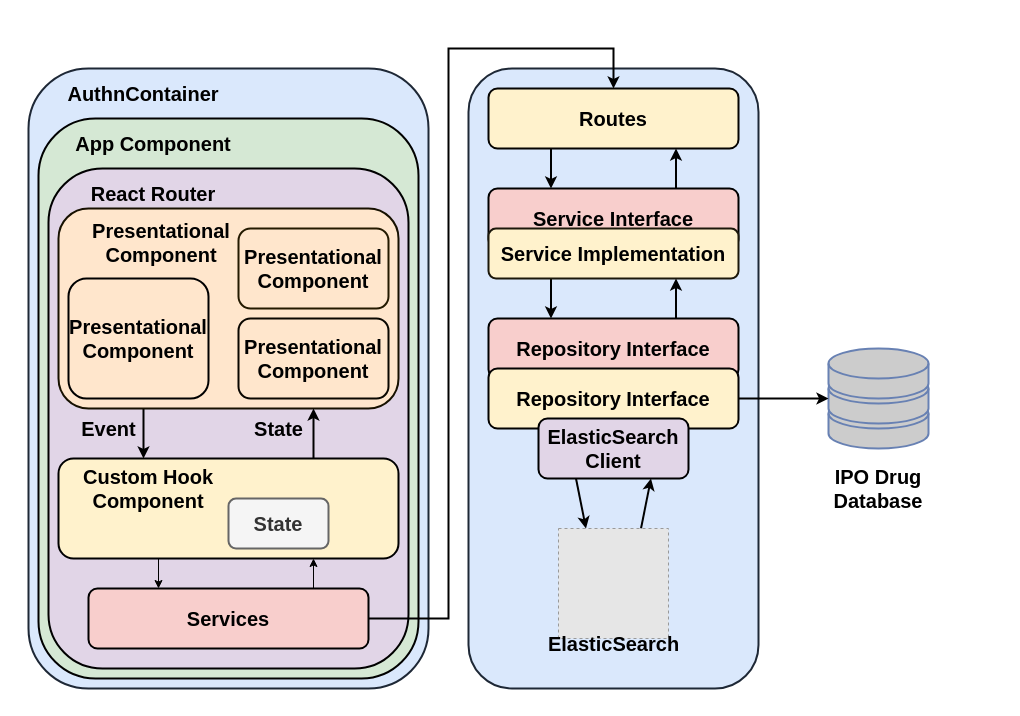
Before: docs/report/figures/Block_Diagram.drawio in dadiva-team/dadiva-ipo, a draw.io diagram. Source tidied: cells renumbered, new cells numbered last; positions are measured from the earlier drawing's top-left corner, leaving out a move shared by most shapes. Both pictures are drawn from the tidied source at 100%, with x=0, y=0 at pixel (28, 48). Pictures stored in the file or linked from it are replaced by grey dashed boxes.
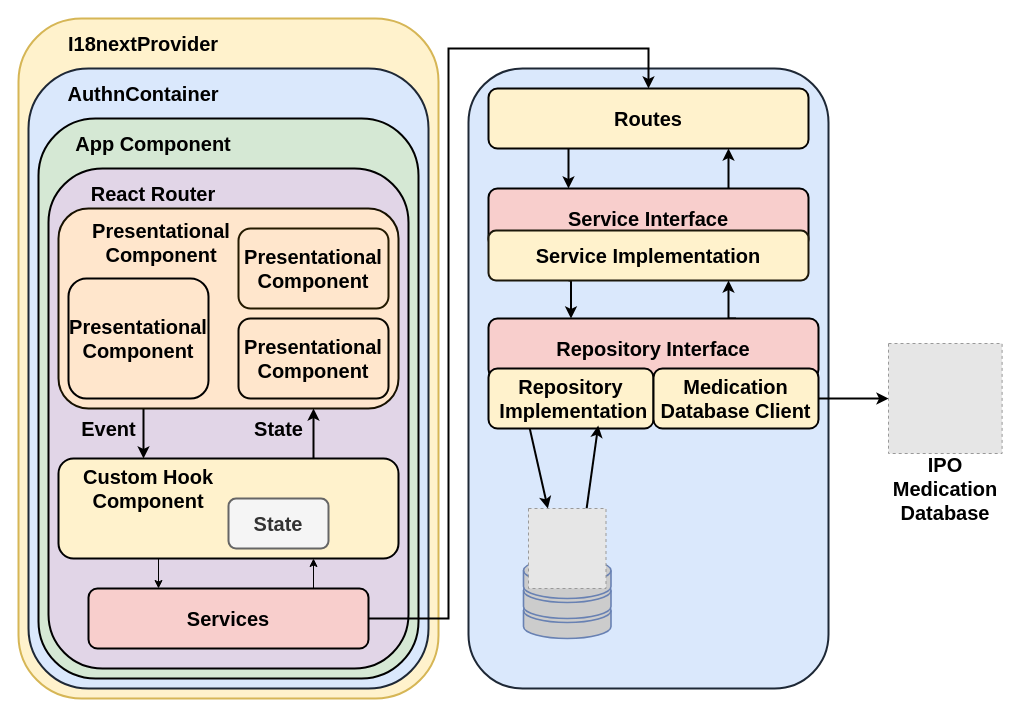
After the change.

The change refers to these unchanged cells:
```xml
<mxCell id="13" value="&lt;font style=&quot;font-size: 20px;&quot;&gt;&lt;b&gt;Services&lt;/b&gt;&lt;/font&gt;" style="rounded=1;whiteSpace=wrap;html=1;strokeWidth=2;fillColor=#f8cecc;strokeColor=#000000;" parent="1" vertex="1">
  <mxGeometry x="60" y="540" width="280" height="60" as="geometry" />
</mxCell>
```

Diff of the diagram source:
```diff
@@
+    <mxCell id="43" style="rounded=1;whiteSpace=wrap;html=1;fillColor=#fff2cc;strokeColor=#d6b656;strokeWidth=2;" parent="1" vertex="1">
+      <mxGeometry x="-10" y="-30" width="420" height="680" as="geometry" />
+    </mxCell>
     <mxCell id="2" style="rounded=1;whiteSpace=wrap;html=1;fillColor=#dae8fc;strokeColor=#1E2836;strokeWidth=2;" parent="1" vertex="1">
-      <mxGeometry x="440" y="20" width="290" height="620" as="geometry" />
+      <mxGeometry x="440" y="20" width="360" height="620" as="geometry" />
     </mxCell>
@@
     <mxCell id="12" style="edgeStyle=orthogonalEdgeStyle;rounded=0;jettySize=auto;html=1;exitX=1;exitY=0.5;exitDx=0;exitDy=0;entryX=0.5;entryY=0;entryDx=0;entryDy=0;strokeWidth=2;" parent="1" edge="1" source="13" target="26">
       <mxGeometry relative="1" as="geometry">
         <Array as="points">
           <mxPoint x="420" y="570" />
           <mxPoint x="420" />
-          <mxPoint x="585" />
+          <mxPoint x="620" />
         </Array>
       </mxGeometry>
     </mxCell>
@@
     <mxCell id="26" value="&lt;font style=&quot;font-size: 20px;&quot;&gt;&lt;b&gt;Routes&lt;/b&gt;&lt;/font&gt;" style="rounded=1;whiteSpace=wrap;html=1;fillColor=#fff2cc;strokeColor=#050402;strokeWidth=2;" parent="1" vertex="1">
-      <mxGeometry x="460" y="40" width="250" height="60" as="geometry" />
+      <mxGeometry x="460" y="40" width="320" height="60" as="geometry" />
     </mxCell>
-    <mxCell id="27" style="rounded=0;jettySize=auto;html=1;exitX=0.75;exitY=0;exitDx=0;exitDy=0;entryX=0.75;entryY=1;entryDx=0;entryDy=0;strokeWidth=2;" parent="1" edge="1" source="28" target="41">
-      <mxGeometry relative="1" as="geometry" />
-    </mxCell>
-    <mxCell id="28" style="fillColor=#E6E6E6;strokeColor=#999999;dashed=1;verticalLabelPosition=bottom;labelBackgroundColor=default;verticalAlign=top;" parent="1" vertex="1">
-      <mxGeometry x="530" y="480" width="110" height="110" as="geometry" />
-    </mxCell>
-    <mxCell id="29" style="fontColor=#0066CC;verticalAlign=top;verticalLabelPosition=bottom;labelPosition=center;align=center;html=1;outlineConnect=0;fillColor=#CCCCCC;strokeColor=#6881B3;gradientColor=none;gradientDirection=north;strokeWidth=2;shape=mxgraph.networks.storage;" parent="1" vertex="1">
-      <mxGeometry x="800" y="300" width="100" height="100" as="geometry" />
-    </mxCell>
-    <mxCell id="30" style="edgeStyle=orthogonalEdgeStyle;rounded=0;jettySize=auto;html=1;exitX=1;exitY=0.5;exitDx=0;exitDy=0;entryX=0;entryY=0.5;entryDx=0;entryDy=0;entryPerimeter=0;strokeWidth=2;" parent="1" edge="1" source="39" target="29">
-      <mxGeometry relative="1" as="geometry" />
-    </mxCell>
-    <mxCell id="31" value="&lt;font style=&quot;font-size: 20px;&quot;&gt;&lt;b&gt;ElasticSearch&lt;/b&gt;&lt;/font&gt;" style="text;html=1;align=center;verticalAlign=middle;whiteSpace=wrap;rounded=0;" parent="1" vertex="1">
-      <mxGeometry x="522.5" y="580" width="125" height="30" as="geometry" />
-    </mxCell>
-    <mxCell id="32" value="&lt;font style=&quot;font-size: 20px;&quot;&gt;&lt;b&gt;IPO Drug Database&lt;/b&gt;&lt;/font&gt;" style="text;html=1;align=center;verticalAlign=middle;whiteSpace=wrap;rounded=0;" parent="1" vertex="1">
-      <mxGeometry x="810" y="410" width="80" height="60" as="geometry" />
+    <mxCell id="32" value="&lt;font style=&quot;font-size: 20px;&quot;&gt;&lt;b&gt;IPO Medication Database&lt;/b&gt;&lt;/font&gt;" style="text;html=1;align=center;verticalAlign=middle;whiteSpace=wrap;rounded=0;" parent="1" vertex="1">
+      <mxGeometry x="876.8" y="410" width="80" height="60" as="geometry" />
     </mxCell>
@@
     <mxCell id="34" value="&lt;font style=&quot;font-size: 20px;&quot;&gt;&lt;b&gt;Service Interface&lt;/b&gt;&lt;/font&gt;" style="rounded=1;whiteSpace=wrap;html=1;strokeWidth=2;fillColor=#f8cecc;strokeColor=#000000;" parent="1" vertex="1">
-      <mxGeometry x="460" y="140" width="250" height="60" as="geometry" />
+      <mxGeometry x="460" y="140" width="320" height="60" as="geometry" />
     </mxCell>
@@
     <mxCell id="36" value="&lt;font style=&quot;font-size: 20px;&quot;&gt;&lt;b&gt;Service Implementation&lt;/b&gt;&lt;/font&gt;" style="rounded=1;whiteSpace=wrap;html=1;fillColor=#fff2cc;strokeColor=#1C180B;strokeWidth=2;" parent="1" vertex="1">
-      <mxGeometry x="460" y="180" width="250" height="50" as="geometry" />
+      <mxGeometry x="460" y="182" width="320" height="50" as="geometry" />
     </mxCell>
@@
     <mxCell id="38" value="&lt;font style=&quot;font-size: 20px;&quot;&gt;&lt;b&gt;Repository Interface&lt;/b&gt;&lt;/font&gt;" style="rounded=1;whiteSpace=wrap;html=1;strokeWidth=2;fillColor=#f8cecc;strokeColor=#000000;" parent="1" vertex="1">
-      <mxGeometry x="460" y="270" width="250" height="60" as="geometry" />
+      <mxGeometry x="460" y="270" width="330" height="60" as="geometry" />
     </mxCell>
+    <mxCell id="44" style="rounded=0;jettySize=auto;html=1;exitX=0.25;exitY=1;exitDx=0;exitDy=0;entryX=0.25;entryY=0;entryDx=0;entryDy=0;strokeWidth=2;" parent="1" edge="1" source="39" target="49">
+      <mxGeometry relative="1" as="geometry" />
+    </mxCell>
-    <mxCell id="39" value="&lt;font style=&quot;font-size: 20px;&quot;&gt;&lt;b&gt;Repository Interface&lt;/b&gt;&lt;/font&gt;" style="rounded=1;whiteSpace=wrap;html=1;fillColor=#fff2cc;strokeColor=#030201;strokeWidth=2;" parent="1" vertex="1">
-      <mxGeometry x="460" y="320" width="250" height="60" as="geometry" />
+    <mxCell id="39" value="&lt;font style=&quot;font-size: 20px;&quot;&gt;&lt;b&gt;Repository&lt;/b&gt;&lt;/font&gt;&lt;div&gt;&lt;font style=&quot;font-size: 20px;&quot;&gt;&lt;b&gt;&amp;nbsp;Implementation&lt;/b&gt;&lt;/font&gt;&lt;/div&gt;" style="rounded=1;whiteSpace=wrap;html=1;fillColor=#fff2cc;strokeColor=#030201;strokeWidth=2;" parent="1" vertex="1">
+      <mxGeometry x="460" y="320" width="165" height="60" as="geometry" />
     </mxCell>
-    <mxCell id="40" style="rounded=0;jettySize=auto;html=1;exitX=0.25;exitY=1;exitDx=0;exitDy=0;entryX=0.25;entryY=0;entryDx=0;entryDy=0;strokeWidth=2;" parent="1" edge="1" source="41" target="28">
-      <mxGeometry relative="1" as="geometry" />
-    </mxCell>
-    <mxCell id="41" value="&lt;font style=&quot;font-size: 20px;&quot;&gt;&lt;b&gt;ElasticSearch&lt;/b&gt;&lt;/font&gt;&lt;div&gt;&lt;font style=&quot;font-size: 20px;&quot;&gt;&lt;b&gt;Client&lt;/b&gt;&lt;/font&gt;&lt;/div&gt;" style="rounded=1;whiteSpace=wrap;html=1;fillColor=#e1d5e7;strokeColor=#000000;strokeWidth=2;" parent="1" vertex="1">
-      <mxGeometry x="510" y="370" width="150" height="60" as="geometry" />
-    </mxCell>
@@
+    <mxCell id="45" value="&lt;span style=&quot;font-size: 20px;&quot;&gt;&lt;b&gt;Medication Database Client&lt;/b&gt;&lt;/span&gt;" style="rounded=1;whiteSpace=wrap;html=1;fillColor=#fff2cc;strokeColor=#030201;strokeWidth=2;" parent="1" vertex="1">
+      <mxGeometry x="625" y="320" width="165" height="60" as="geometry" />
+    </mxCell>
+    <mxCell id="46" style="edgeStyle=orthogonalEdgeStyle;rounded=0;jettySize=auto;html=1;exitX=1;exitY=0.5;exitDx=0;exitDy=0;entryX=0;entryY=0.5;entryDx=0;entryDy=0;strokeWidth=2;" parent="1" edge="1" source="45" target="50">
+      <mxGeometry relative="1" as="geometry" />
+    </mxCell>
+    <mxCell id="47" style="rounded=0;jettySize=auto;html=1;exitX=0.75;exitY=0;exitDx=0;exitDy=0;entryX=0.665;entryY=0.95;entryDx=0;entryDy=0;entryPerimeter=0;strokeWidth=2;" parent="1" edge="1" source="49" target="39">
+      <mxGeometry relative="1" as="geometry" />
+    </mxCell>
+    <mxCell id="48" style="fontColor=#0066CC;verticalAlign=top;verticalLabelPosition=bottom;labelPosition=center;align=center;html=1;fillColor=#CCCCCC;strokeColor=#6881B3;gradientColor=none;gradientDirection=north;strokeWidth=2;shape=mxgraph.networks.storage;" parent="1" vertex="1">
+      <mxGeometry x="495" y="510" width="87.5" height="80" as="geometry" />
+    </mxCell>
+    <mxCell id="49" style="fillColor=#E6E6E6;strokeColor=#999999;dashed=1;verticalLabelPosition=bottom;labelBackgroundColor=default;verticalAlign=top;" parent="1" vertex="1">
+      <mxGeometry x="500" y="460" width="77.5" height="80" as="geometry" />
+    </mxCell>
+    <mxCell id="50" style="fillColor=#E6E6E6;strokeColor=#999999;dashed=1;verticalLabelPosition=bottom;labelBackgroundColor=default;verticalAlign=top;" parent="1" vertex="1">
+      <mxGeometry x="860" y="295" width="113.6" height="110" as="geometry" />
+    </mxCell>
+    <mxCell id="51" value="&lt;font size=&quot;1&quot; style=&quot;&quot;&gt;&lt;b style=&quot;font-size: 20px;&quot;&gt;I18nextProvider&lt;/b&gt;&lt;/font&gt;" style="text;html=1;align=center;verticalAlign=middle;whiteSpace=wrap;rounded=0;" parent="1" vertex="1">
+      <mxGeometry x="60" y="-20" width="110" height="30" as="geometry" />
+    </mxCell>
```
